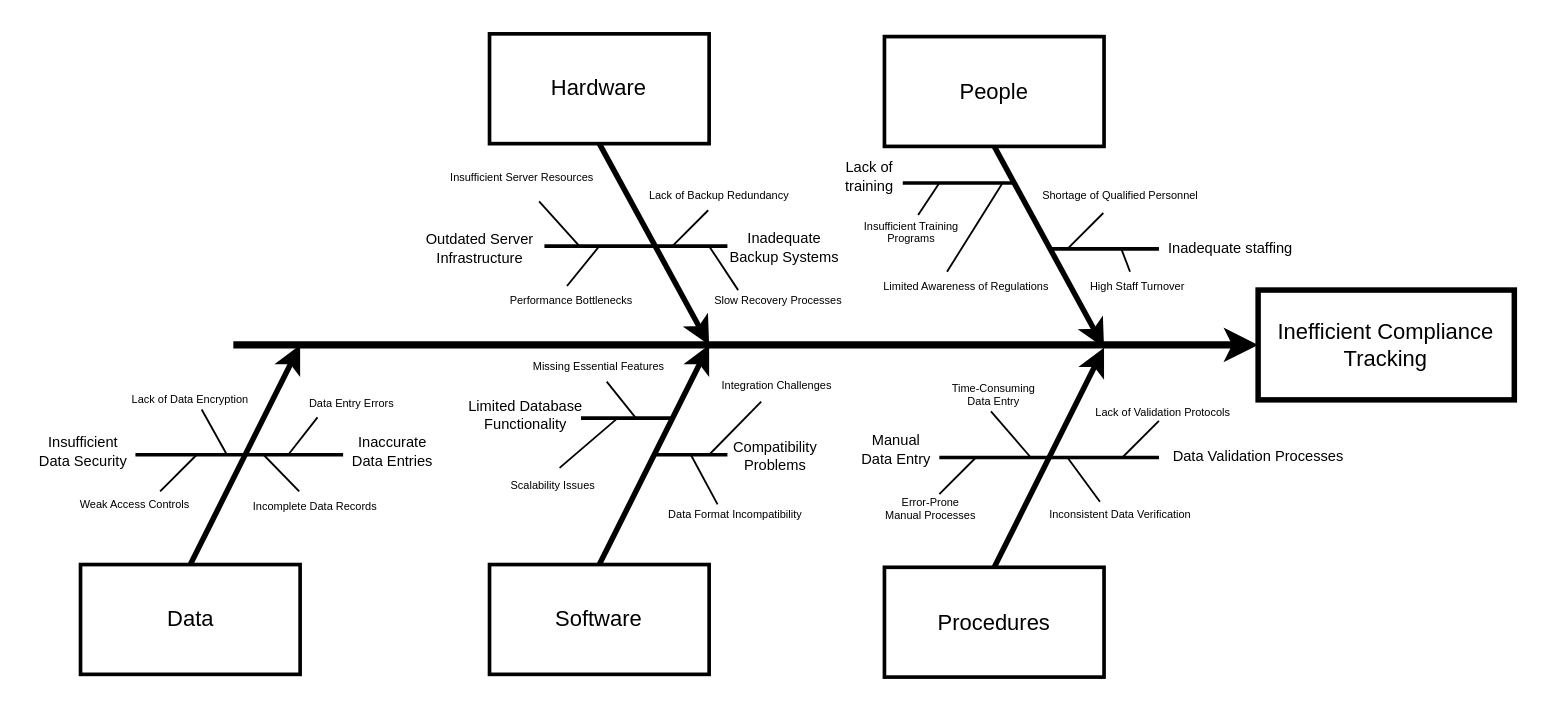
Before: 602/labs/Untitled Diagram.drawio in kauer3/bit, a draw.io diagram. Source tidied: cells renumbered, new cells numbered last; positions are measured from the earlier drawing's top-left corner, leaving out a move shared by most shapes. Both pictures are drawn from the tidied source at 183%, with x=0, y=0 at pixel (31, 33).
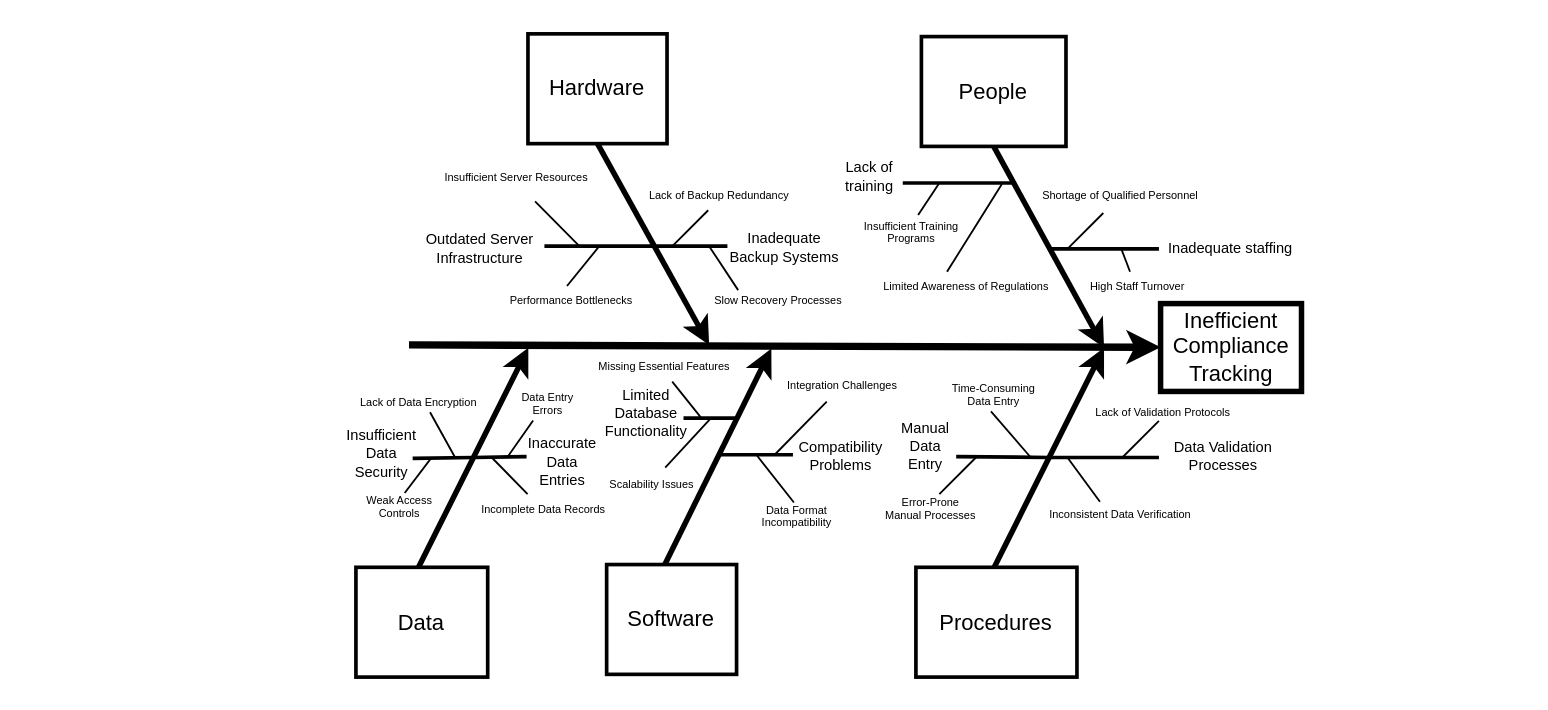
The same diagram, later.

Commit message:
update database diagram

Diff of the diagram source:
```diff
@@
     <mxCell id="2" value="Data" style="whiteSpace=wrap;strokeWidth=2;" parent="1" vertex="1">
-      <mxGeometry x="26.5" y="290" width="120" height="60" as="geometry" />
+      <mxGeometry x="177" y="291.5" width="72" height="60" as="geometry" />
     </mxCell>
     <mxCell id="3" value="Inefficient Compliance Tracking" style="whiteSpace=wrap;strokeWidth=3;" parent="1" vertex="1">
-      <mxGeometry x="670" y="140" width="140" height="60" as="geometry" />
+      <mxGeometry x="616.7" y="147.4" width="77" height="48" as="geometry" />
     </mxCell>
     <mxCell id="4" style="edgeStyle=none;strokeWidth=4;" parent="1" edge="1" target="3">
       <mxGeometry relative="1" as="geometry">
-        <mxPoint x="110" y="170" as="sourcePoint" />
+        <mxPoint x="206" y="170" as="sourcePoint" />
       </mxGeometry>
     </mxCell>
     <mxCell id="5" style="edgeStyle=none;exitX=0.5;exitY=0;strokeWidth=3;" parent="1" edge="1">
       <mxGeometry relative="1" as="geometry">
-        <mxPoint x="86.5" y="290" as="sourcePoint" />
-        <mxPoint x="146.5" y="170" as="targetPoint" />
+        <mxPoint x="211.2" y="291.5" as="sourcePoint" />
+        <mxPoint x="271.2" y="171.5" as="targetPoint" />
       </mxGeometry>
     </mxCell>
     <mxCell id="6" style="edgeStyle=none;endArrow=none;strokeWidth=2;" parent="1" edge="1">
       <mxGeometry relative="1" as="geometry">
-        <mxPoint x="56.5" y="230" as="sourcePoint" />
-        <mxPoint x="116.5" y="230" as="targetPoint" />
+        <mxPoint x="208" y="232" as="sourcePoint" />
+        <mxPoint x="241.2" y="231.5" as="targetPoint" />
       </mxGeometry>
     </mxCell>
-    <mxCell id="7" style="edgeStyle=none;endArrow=none;strokeWidth=2;" parent="1" edge="1">
+    <mxCell id="7" style="edgeStyle=none;endArrow=none;strokeWidth=2;entryX=-0.025;entryY=0.311;entryDx=0;entryDy=0;entryPerimeter=0;" parent="1" edge="1" target="17">
       <mxGeometry relative="1" as="geometry">
-        <mxPoint x="116.5" y="230" as="sourcePoint" />
-        <mxPoint x="170" y="230" as="targetPoint" />
+        <mxPoint x="241.2" y="231.5" as="sourcePoint" />
       </mxGeometry>
     </mxCell>
     <mxCell id="8" style="edgeStyle=none;endArrow=none;entryX=0.12;entryY=1.02;entryDx=0;entryDy=0;entryPerimeter=0;" parent="1" edge="1" target="15">
       <mxGeometry relative="1" as="geometry">
-        <mxPoint x="140" y="230" as="sourcePoint" />
+        <mxPoint x="260" y="231" as="sourcePoint" />
       </mxGeometry>
     </mxCell>
     <mxCell id="9" style="edgeStyle=none;endArrow=none;" parent="1" edge="1">
       <mxGeometry relative="1" as="geometry">
-        <mxPoint x="126.5" y="230" as="sourcePoint" />
-        <mxPoint x="146" y="250" as="targetPoint" />
+        <mxPoint x="251.2" y="231.5" as="sourcePoint" />
+        <mxPoint x="270.8" y="251.5" as="targetPoint" />
       </mxGeometry>
     </mxCell>
-    <mxCell id="10" style="edgeStyle=none;endArrow=none;" parent="1" edge="1">
+    <mxCell id="10" style="edgeStyle=none;endArrow=none;exitX=0.563;exitY=-0.029;exitDx=0;exitDy=0;exitPerimeter=0;" parent="1" edge="1" source="14">
       <mxGeometry relative="1" as="geometry">
-        <mxPoint x="70" y="250" as="sourcePoint" />
-        <mxPoint x="90" y="230" as="targetPoint" />
+        <mxPoint x="218" y="232" as="targetPoint" />
       </mxGeometry>
     </mxCell>
     <mxCell id="11" style="edgeStyle=none;endArrow=none;exitX=0.581;exitY=0.971;exitDx=0;exitDy=0;exitPerimeter=0;" parent="1" edge="1" source="13">
       <mxGeometry relative="1" as="geometry">
-        <mxPoint x="106.5" y="230" as="targetPoint" />
+        <mxPoint x="231.2" y="231.5" as="targetPoint" />
       </mxGeometry>
     </mxCell>
-    <mxCell id="12" value="Insufficient&#10;Data Security" style="text;spacingTop=-5;fontSize=8;align=center;verticalAlign=middle;" parent="1" vertex="1">
-      <mxGeometry y="221" width="56.5" height="20" as="geometry" />
+    <mxCell id="12" value="Insufficient&#10;Data&#10;Security" style="text;spacingTop=-5;fontSize=8;align=center;verticalAlign=middle;" parent="1" vertex="1">
+      <mxGeometry x="172.5" y="222" width="37.5" height="20" as="geometry" />
     </mxCell>
     <mxCell id="13" value="Lack of Data Encryption" style="text;spacingTop=-5;fontSize=6;align=center;verticalAlign=middle;points=[];" parent="1" vertex="1">
-      <mxGeometry x="50" y="200" width="73.5" height="5.4" as="geometry" />
+      <mxGeometry x="174.8" y="201.5" width="73.5" height="5.4" as="geometry" />
     </mxCell>
-    <mxCell id="14" value="Weak Access Controls" style="text;spacingTop=-5;fontSize=6;align=center;verticalAlign=middle;points=[];" parent="1" vertex="1">
-      <mxGeometry x="26.5" y="250" width="60" height="20" as="geometry" />
+    <mxCell id="14" value="Weak Access&#10;Controls" style="text;spacingTop=-5;fontSize=6;align=center;verticalAlign=middle;points=[];" parent="1" vertex="1">
+      <mxGeometry x="181" y="251.5" width="40.2" height="20" as="geometry" />
     </mxCell>
-    <mxCell id="15" value="Data Entry Errors" style="text;spacingTop=-5;fontSize=6;align=center;verticalAlign=middle;points=[];" parent="1" vertex="1">
-      <mxGeometry x="150" y="200" width="50" height="9.4" as="geometry" />
+    <mxCell id="15" value="Data Entry&#10;Errors" style="text;spacingTop=-5;fontSize=6;align=center;verticalAlign=middle;points=[];" parent="1" vertex="1">
+      <mxGeometry x="271.2" y="199" width="21.8" height="12" as="geometry" />
     </mxCell>
     <mxCell id="16" value="Incomplete Data Records" style="text;spacingTop=-5;fontSize=6;align=center;verticalAlign=middle;" parent="1" vertex="1">
-      <mxGeometry x="120" y="252.5" width="70" height="17.5" as="geometry" />
+      <mxGeometry x="244.8" y="254" width="70" height="17.5" as="geometry" />
     </mxCell>
-    <mxCell id="17" value="Inaccurate&#10;Data Entries" style="text;spacingTop=-5;fontSize=8;align=center;verticalAlign=middle;points=[];" parent="1" vertex="1">
-      <mxGeometry x="172.3" y="221" width="50" height="20" as="geometry" />
+    <mxCell id="17" value="Inaccurate&#10;Data&#10;Entries" style="text;spacingTop=-5;fontSize=8;align=center;verticalAlign=middle;points=[];" parent="1" vertex="1">
+      <mxGeometry x="271.2" y="222" width="37.8" height="29" as="geometry" />
     </mxCell>
     <mxCell id="18" value="Hardware" style="whiteSpace=wrap;strokeWidth=2;" parent="1" vertex="1">
-      <mxGeometry x="250" width="120" height="60" as="geometry" />
+      <mxGeometry x="271" width="76" height="60" as="geometry" />
     </mxCell>
     <mxCell id="19" value="Software" style="whiteSpace=wrap;strokeWidth=2;" parent="1" vertex="1">
-      <mxGeometry x="250" y="290" width="120" height="60" as="geometry" />
+      <mxGeometry x="314" y="290" width="71" height="60" as="geometry" />
     </mxCell>
@@
     <mxCell id="21" style="edgeStyle=none;exitX=0.5;exitY=0;strokeWidth=3;" parent="1" edge="1">
       <mxGeometry relative="1" as="geometry">
-        <mxPoint x="310" y="290" as="sourcePoint" />
-        <mxPoint x="370" y="170" as="targetPoint" />
+        <mxPoint x="345.8" y="290" as="sourcePoint" />
+        <mxPoint x="404" y="172" as="targetPoint" />
       </mxGeometry>
     </mxCell>
@@
     <mxCell id="24" style="edgeStyle=none;endArrow=none;strokeWidth=2;" parent="1" edge="1">
       <mxGeometry relative="1" as="geometry">
-        <mxPoint x="300" y="210" as="sourcePoint" />
-        <mxPoint x="350" y="210" as="targetPoint" />
+        <mxPoint x="356" y="210" as="sourcePoint" />
+        <mxPoint x="385.8" y="210" as="targetPoint" />
       </mxGeometry>
     </mxCell>
     <mxCell id="25" style="edgeStyle=none;endArrow=none;strokeWidth=2;" parent="1" edge="1">
       <mxGeometry relative="1" as="geometry">
-        <mxPoint x="340" y="230" as="sourcePoint" />
-        <mxPoint x="380" y="230" as="targetPoint" />
+        <mxPoint x="375.8" y="230" as="sourcePoint" />
+        <mxPoint x="415.8" y="230" as="targetPoint" />
       </mxGeometry>
     </mxCell>
@@
     <mxCell id="30" style="edgeStyle=none;endArrow=none;entryX=0.365;entryY=1.104;entryDx=0;entryDy=0;entryPerimeter=0;" parent="1" edge="1" target="41">
       <mxGeometry relative="1" as="geometry">
-        <mxPoint x="370" y="230" as="sourcePoint" />
+        <mxPoint x="405.8" y="230" as="sourcePoint" />
       </mxGeometry>
     </mxCell>
-    <mxCell id="31" style="edgeStyle=none;endArrow=none;entryX=0.167;entryY=0.086;entryDx=0;entryDy=0;entryPerimeter=0;" parent="1" edge="1" target="42">
+    <mxCell id="31" style="edgeStyle=none;endArrow=none;entryX=0.446;entryY=0.031;entryDx=0;entryDy=0;entryPerimeter=0;" parent="1" edge="1" target="42">
       <mxGeometry relative="1" as="geometry">
-        <mxPoint x="360" y="230" as="sourcePoint" />
+        <mxPoint x="395.8" y="230" as="sourcePoint" />
       </mxGeometry>
     </mxCell>
     <mxCell id="32" style="edgeStyle=none;endArrow=none;" parent="1" edge="1" source="38">
       <mxGeometry relative="1" as="geometry">
-        <mxPoint x="330" y="210" as="targetPoint" />
+        <mxPoint x="365.8" y="210" as="targetPoint" />
       </mxGeometry>
     </mxCell>
@@
-    <mxCell id="34" value="Limited Database&#10;Functionality" style="text;spacingTop=-5;fontSize=8;align=center;verticalAlign=middle;" parent="1" vertex="1">
-      <mxGeometry x="240" y="201" width="60" height="20" as="geometry" />
+    <mxCell id="34" value="Limited&#10;Database&#10;Functionality" style="text;spacingTop=-5;fontSize=8;align=center;verticalAlign=middle;" parent="1" vertex="1">
+      <mxGeometry x="314" y="200" width="43.8" height="20" as="geometry" />
     </mxCell>
     <mxCell id="35" value="Insufficient Server Resources" style="text;spacingTop=-5;fontSize=6;align=center;verticalAlign=middle;points=[];" parent="1" vertex="1">
-      <mxGeometry x="253.1" y="71.5" width="30" height="20" as="geometry" />
+      <mxGeometry x="221" y="71.5" width="88" height="20" as="geometry" />
     </mxCell>
@@
     <mxCell id="37" value="Scalability Issues" style="text;spacingTop=-5;fontSize=6;align=center;verticalAlign=middle;points=[];" parent="1" vertex="1">
-      <mxGeometry x="270" y="239.9" width="30" height="20" as="geometry" />
+      <mxGeometry x="324" y="239" width="30" height="20" as="geometry" />
     </mxCell>
     <mxCell id="38" value="Missing Essential Features" style="text;spacingTop=-5;fontSize=6;align=center;verticalAlign=middle;points=[];" parent="1" vertex="1">
-      <mxGeometry x="295" y="179.9" width="30" height="10.1" as="geometry" />
+      <mxGeometry x="330.8" y="179.9" width="30" height="10.1" as="geometry" />
     </mxCell>
@@
     <mxCell id="41" value="Integration Challenges" style="text;spacingTop=-5;fontSize=6;align=center;verticalAlign=middle;points=[];" parent="1" vertex="1">
-      <mxGeometry x="374.6" y="190.4" width="65.4" height="9.6" as="geometry" />
+      <mxGeometry x="410.4" y="190.4" width="65.4" height="9.6" as="geometry" />
     </mxCell>
-    <mxCell id="42" value="Data Format Incompatibility" style="text;spacingTop=-5;fontSize=6;align=center;verticalAlign=middle;points=[];" parent="1" vertex="1">
-      <mxGeometry x="369.6" y="255.4" width="30" height="20" as="geometry" />
+    <mxCell id="42" value="Data Format&#10;Incompatibility" style="text;spacingTop=-5;fontSize=6;align=center;verticalAlign=middle;points=[];" parent="1" vertex="1">
+      <mxGeometry x="401" y="255.4" width="34.4" height="22.6" as="geometry" />
     </mxCell>
@@
     <mxCell id="44" value="Compatibility&#10;Problems" style="text;spacingTop=-5;fontSize=8;align=center;verticalAlign=middle;" parent="1" vertex="1">
-      <mxGeometry x="391.4" y="223.4" width="30" height="20" as="geometry" />
+      <mxGeometry x="427.2" y="223.4" width="30" height="20" as="geometry" />
     </mxCell>
     <mxCell id="45" value="People" style="whiteSpace=wrap;strokeWidth=2;" parent="1" vertex="1">
-      <mxGeometry x="465.8" y="1.5" width="120" height="60" as="geometry" />
+      <mxGeometry x="486" y="1.5" width="79" height="60" as="geometry" />
     </mxCell>
     <mxCell id="46" value="Procedures" style="whiteSpace=wrap;strokeWidth=2;" parent="1" vertex="1">
-      <mxGeometry x="465.8" y="291.5" width="120" height="60" as="geometry" />
+      <mxGeometry x="483" y="291.5" width="88" height="60" as="geometry" />
     </mxCell>
@@
     <mxCell id="51" style="edgeStyle=none;endArrow=none;strokeWidth=2;" parent="1" edge="1">
       <mxGeometry relative="1" as="geometry">
-        <mxPoint x="495.8" y="231.5" as="sourcePoint" />
+        <mxPoint x="505" y="231" as="sourcePoint" />
         <mxPoint x="555.8" y="231.5" as="targetPoint" />
       </mxGeometry>
     </mxCell>
@@
-    <mxCell id="62" value="Manual&#10;Data Entry" style="text;spacingTop=-5;fontSize=8;align=center;verticalAlign=middle;" parent="1" vertex="1">
-      <mxGeometry x="449.6" y="219.9" width="45.8" height="20" as="geometry" />
+    <mxCell id="62" value="Manual&#10;Data&#10;Entry" style="text;spacingTop=-5;fontSize=8;align=center;verticalAlign=middle;" parent="1" vertex="1">
+      <mxGeometry x="475.8" y="213.6" width="25.4" height="28.9" as="geometry" />
     </mxCell>
@@
-    <mxCell id="71" value="Data Validation Processes" style="text;spacingTop=-5;fontSize=8;align=center;verticalAlign=middle;" parent="1" vertex="1">
-      <mxGeometry x="620.4" y="218.3" width="100" height="30.1" as="geometry" />
+    <mxCell id="71" value="Data Validation&#10;Processes" style="text;spacingTop=-5;fontSize=8;align=center;verticalAlign=middle;" parent="1" vertex="1">
+      <mxGeometry x="620.4" y="218.3" width="61.6" height="30.1" as="geometry" />
     </mxCell>
@@
-    <mxCell id="73" style="edgeStyle=none;endArrow=none;exitX=0.61;exitY=-0.136;exitDx=0;exitDy=0;exitPerimeter=0;" parent="1" edge="1" source="37">
+    <mxCell id="73" style="edgeStyle=none;endArrow=none;" parent="1" edge="1">
       <mxGeometry relative="1" as="geometry">
-        <mxPoint x="320" y="210" as="targetPoint" />
+        <mxPoint x="346" y="237" as="sourcePoint" />
+        <mxPoint x="371" y="210" as="targetPoint" />
       </mxGeometry>
     </mxCell>
```
